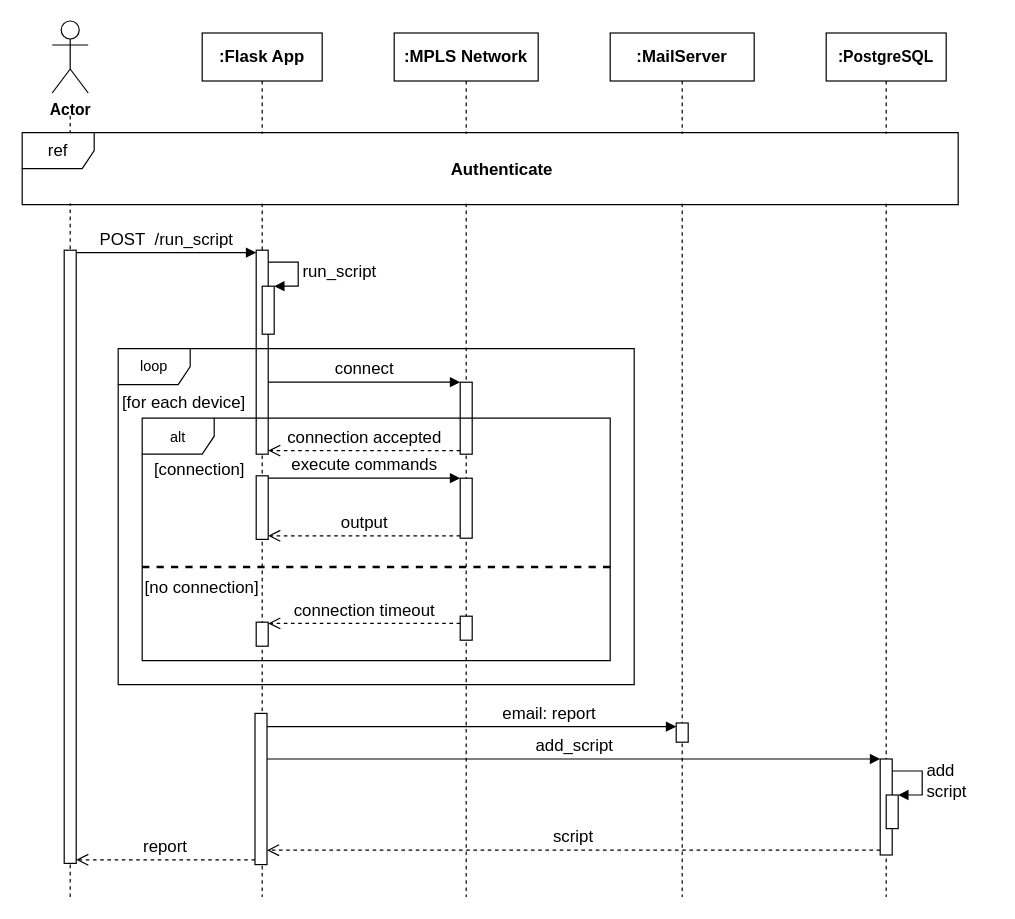
The draw.io diagram sequence_schedule_task.drawio in DrXneaky/Diagram, before the edit. Source tidied: cells renumbered, new cells numbered last; positions are measured from the earlier drawing's top-left corner, leaving out a move shared by most shapes. Both pictures are drawn from the tidied source at 120%, with x=0, y=0 at pixel (22, 20).
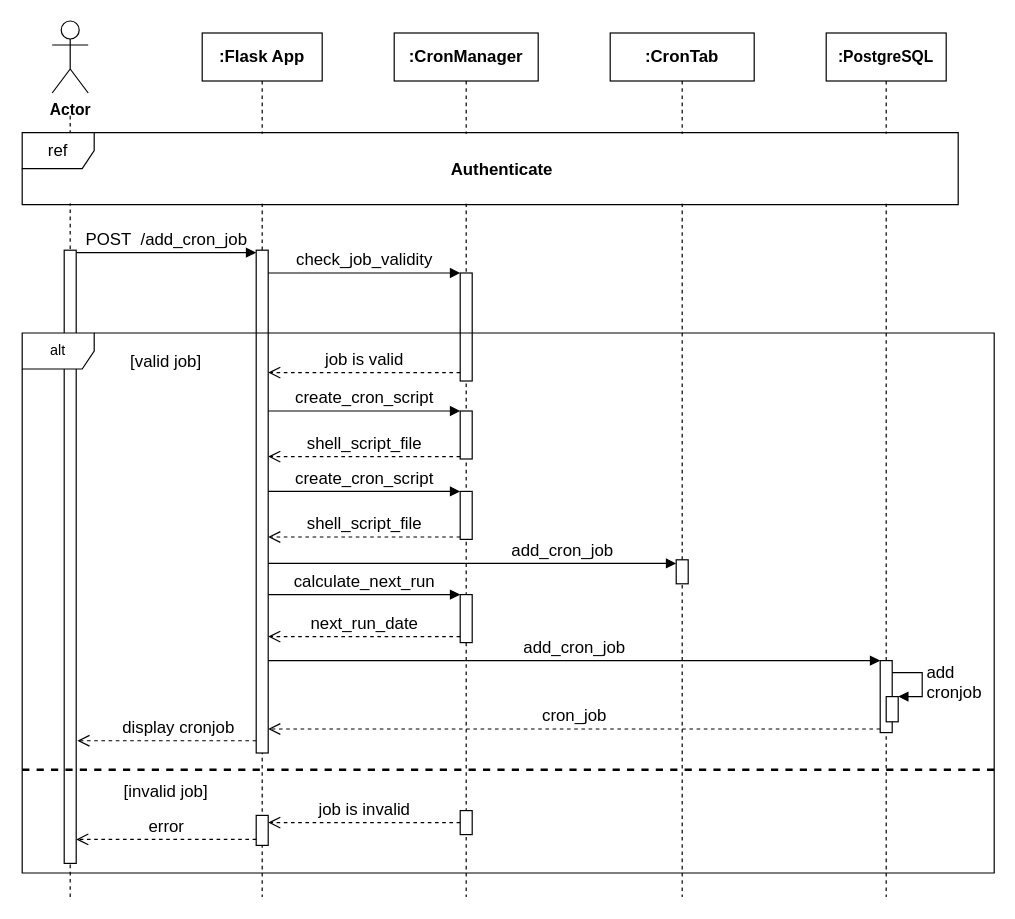
The same page after the edit.

The change refers to these unchanged cells:
```xml
<mxCell id="5" value="&lt;font face=&quot;Old Standard TT&quot; size=&quot;1&quot;&gt;&lt;b style=&quot;font-size: 13px&quot;&gt;:PostgreSQL&lt;/b&gt;&lt;/font&gt;" style="shape=umlLifeline;perimeter=lifelinePerimeter;whiteSpace=wrap;html=1;" parent="1" vertex="1">
  <mxGeometry x="670" y="10" width="100" height="720" as="geometry" />
</mxCell>
<mxCell id="10" value="&lt;font face=&quot;Old Standard TT&quot; size=&quot;1&quot;&gt;&lt;b style=&quot;font-size: 14px&quot;&gt;:Flask App&lt;/b&gt;&lt;/font&gt;" style="shape=umlLifeline;perimeter=lifelinePerimeter;whiteSpace=wrap;html=1;" parent="1" vertex="1">
  <mxGeometry x="150" y="10" width="100" height="720" as="geometry" />
</mxCell>
<mxCell id="18" style="html=1;points=[];perimeter=orthogonalPerimeter;" parent="1" vertex="1">
  <mxGeometry x="35" y="191" width="10" height="511" as="geometry" />
</mxCell>
```

Diff of the diagram source:
```diff
@@
-    <mxCell id="3" value="&lt;font face=&quot;Old Standard TT&quot; size=&quot;1&quot;&gt;&lt;b style=&quot;font-size: 14px&quot;&gt;:MailServer&lt;/b&gt;&lt;/font&gt;" style="shape=umlLifeline;perimeter=lifelinePerimeter;whiteSpace=wrap;html=1;" parent="1" vertex="1">
+    <mxCell id="3" value="&lt;font face=&quot;Old Standard TT&quot; size=&quot;1&quot;&gt;&lt;b style=&quot;font-size: 14px&quot;&gt;:CronTab&lt;/b&gt;&lt;/font&gt;" style="shape=umlLifeline;perimeter=lifelinePerimeter;whiteSpace=wrap;html=1;" parent="1" vertex="1">
       <mxGeometry x="490" y="10" width="120" height="720" as="geometry" />
     </mxCell>
-    <mxCell id="4" style="html=1;perimeter=orthogonalPerimeter;strokeWidth=1;fontFamily=Old Standard TT;fontSize=14;" parent="3" vertex="1">
-      <mxGeometry x="55" y="575" width="10" height="16" as="geometry" />
-    </mxCell>
@@
-    <mxCell id="6" style="html=1;points=[];perimeter=orthogonalPerimeter;strokeWidth=1;fontFamily=Old Standard TT;fontSize=14;" parent="5" vertex="1">
-      <mxGeometry x="45" y="605" width="10" height="80" as="geometry" />
-    </mxCell>
-    <mxCell id="7" style="html=1;points=[];perimeter=orthogonalPerimeter;strokeWidth=1;fontFamily=Old Standard TT;fontSize=14;" parent="5" vertex="1">
-      <mxGeometry x="50" y="635" width="10" height="28" as="geometry" />
-    </mxCell>
-    <mxCell id="8" value="add&lt;br&gt;script" style="edgeStyle=orthogonalEdgeStyle;html=1;align=left;spacingLeft=2;endArrow=block;rounded=0;entryX=1;entryY=0;labelBackgroundColor=none;fontFamily=Old Standard TT;fontSize=14;" parent="5" edge="1" target="7">
-      <mxGeometry relative="1" as="geometry">
-        <mxPoint x="55" y="615" as="sourcePoint" />
-        <Array as="points">
-          <mxPoint x="80" y="615" />
-        </Array>
-      </mxGeometry>
-    </mxCell>
+    <mxCell id="40" style="html=1;points=[];perimeter=orthogonalPerimeter;strokeWidth=1;fontFamily=Old Standard TT;fontSize=14;" parent="5" vertex="1">
+      <mxGeometry x="45" y="523" width="10" height="60" as="geometry" />
+    </mxCell>
+    <mxCell id="41" style="html=1;points=[];perimeter=orthogonalPerimeter;strokeWidth=1;fontFamily=Old Standard TT;fontSize=14;" parent="5" vertex="1">
+      <mxGeometry x="50" y="553" width="10" height="21" as="geometry" />
+    </mxCell>
+    <mxCell id="42" value="add&lt;br&gt;cronjob" style="edgeStyle=orthogonalEdgeStyle;html=1;align=left;spacingLeft=2;endArrow=block;rounded=0;entryX=1;entryY=0;labelBackgroundColor=none;strokeWidth=1;fontFamily=Old Standard TT;fontSize=14;" parent="5" edge="1" target="41">
+      <mxGeometry relative="1" as="geometry">
+        <mxPoint x="55" y="533" as="sourcePoint" />
+        <Array as="points">
+          <mxPoint x="80" y="533" />
+        </Array>
+      </mxGeometry>
+    </mxCell>
@@
     <mxCell id="11" style="html=1;points=[];perimeter=orthogonalPerimeter;" parent="10" vertex="1">
-      <mxGeometry x="45" y="181" width="10" height="170" as="geometry" />
+      <mxGeometry x="45" y="181" width="10" height="419" as="geometry" />
     </mxCell>
-    <mxCell id="12" style="html=1;points=[];perimeter=orthogonalPerimeter;" parent="10" vertex="1">
-      <mxGeometry x="50" y="211" width="10" height="40" as="geometry" />
-    </mxCell>
-    <mxCell id="13" value="&lt;font face=&quot;Old Standard TT&quot; style=&quot;font-size: 14px&quot;&gt;run_script&lt;/font&gt;" style="edgeStyle=orthogonalEdgeStyle;html=1;align=left;spacingLeft=2;endArrow=block;rounded=0;entryX=1;entryY=0;" parent="10" edge="1" target="12">
-      <mxGeometry relative="1" as="geometry">
-        <mxPoint x="55" y="191" as="sourcePoint" />
-        <Array as="points">
-          <mxPoint x="80" y="191" />
-        </Array>
-      </mxGeometry>
-    </mxCell>
-    <mxCell id="14" style="html=1;points=[];perimeter=orthogonalPerimeter;fontFamily=Old Standard TT;fontSize=14;" parent="10" vertex="1">
-      <mxGeometry x="45" y="369" width="10" height="53" as="geometry" />
-    </mxCell>
-    <mxCell id="15" style="html=1;points=[];perimeter=orthogonalPerimeter;strokeWidth=1;fontFamily=Old Standard TT;fontSize=14;" parent="10" vertex="1">
-      <mxGeometry x="45" y="491" width="10" height="20" as="geometry" />
-    </mxCell>
-    <mxCell id="16" style="html=1;points=[];perimeter=orthogonalPerimeter;strokeWidth=1;fontFamily=Old Standard TT;fontSize=14;" parent="10" vertex="1">
-      <mxGeometry x="44" y="567" width="10" height="126" as="geometry" />
-    </mxCell>
+    <mxCell id="43" style="html=1;points=[];perimeter=orthogonalPerimeter;strokeWidth=1;fontFamily=Old Standard TT;fontSize=14;" parent="10" vertex="1">
+      <mxGeometry x="45" y="652" width="10" height="25" as="geometry" />
+    </mxCell>
-    <mxCell id="17" value="&lt;font face=&quot;Old Standard TT&quot; style=&quot;font-size: 14px&quot;&gt;POST&amp;nbsp; /run_script&lt;/font&gt;" style="html=1;verticalAlign=bottom;endArrow=block;" parent="1" edge="1">
+    <mxCell id="17" value="&lt;font face=&quot;Old Standard TT&quot; style=&quot;font-size: 14px&quot;&gt;POST&amp;nbsp; /add_cron_job&lt;/font&gt;" style="html=1;verticalAlign=bottom;endArrow=block;labelBackgroundColor=none;" parent="1" edge="1">
       <mxGeometry relative="1" as="geometry">
         <mxPoint x="45" y="193" as="sourcePoint" />
         <mxPoint x="195" y="193" as="targetPoint" />
       </mxGeometry>
     </mxCell>
@@
-    <mxCell id="19" value="&lt;font face=&quot;Old Standard TT&quot; size=&quot;1&quot;&gt;&lt;b style=&quot;font-size: 14px&quot;&gt;:MPLS Network&lt;/b&gt;&lt;/font&gt;" style="shape=umlLifeline;perimeter=lifelinePerimeter;whiteSpace=wrap;html=1;" parent="1" vertex="1">
+    <mxCell id="19" value="&lt;font face=&quot;Old Standard TT&quot; size=&quot;1&quot;&gt;&lt;b style=&quot;font-size: 14px&quot;&gt;:CronManager&lt;/b&gt;&lt;/font&gt;" style="shape=umlLifeline;perimeter=lifelinePerimeter;whiteSpace=wrap;html=1;" parent="1" vertex="1">
       <mxGeometry x="310" y="10" width="120" height="720" as="geometry" />
     </mxCell>
-    <mxCell id="20" style="html=1;points=[];perimeter=orthogonalPerimeter;fontFamily=Old Standard TT;fontSize=14;" parent="19" vertex="1">
-      <mxGeometry x="55" y="291" width="10" height="60" as="geometry" />
-    </mxCell>
-    <mxCell id="21" style="html=1;points=[];perimeter=orthogonalPerimeter;fontFamily=Old Standard TT;fontSize=14;" parent="19" vertex="1">
-      <mxGeometry x="55" y="371" width="10" height="50" as="geometry" />
-    </mxCell>
-    <mxCell id="22" value="output" style="html=1;verticalAlign=bottom;endArrow=open;dashed=1;endSize=8;exitX=0;exitY=0.95;fontFamily=Old Standard TT;fontSize=14;" parent="19" edge="1" target="14">
-      <mxGeometry relative="1" as="geometry">
-        <mxPoint x="55" y="419" as="sourcePoint" />
-      </mxGeometry>
-    </mxCell>
-    <mxCell id="23" style="html=1;perimeter=orthogonalPerimeter;strokeWidth=1;fontFamily=Old Standard TT;fontSize=14;" parent="19" vertex="1">
-      <mxGeometry x="55" y="486" width="10" height="20" as="geometry" />
-    </mxCell>
-    <mxCell id="24" value="[for each device]" style="text;align=center;fontStyle=0;verticalAlign=middle;spacingLeft=3;spacingRight=3;strokeColor=none;fontFamily=Old Standard TT;fontSize=14;" parent="1" vertex="1">
-      <mxGeometry x="80" y="304" width="110" height="26" as="geometry" />
-    </mxCell>
-    <mxCell id="25" value="connect" style="html=1;verticalAlign=bottom;endArrow=block;entryX=0;entryY=0;fontFamily=Old Standard TT;fontSize=14;" parent="1" edge="1" target="20">
-      <mxGeometry relative="1" as="geometry">
-        <mxPoint x="205" y="301" as="sourcePoint" />
-      </mxGeometry>
-    </mxCell>
-    <mxCell id="26" value="connection accepted" style="html=1;verticalAlign=bottom;endArrow=open;dashed=1;endSize=8;exitX=0;exitY=0.95;fontFamily=Old Standard TT;fontSize=14;" parent="1" edge="1" source="20" target="11">
-      <mxGeometry relative="1" as="geometry" />
-    </mxCell>
-    <mxCell id="27" value="execute commands" style="html=1;verticalAlign=bottom;endArrow=block;entryX=0;entryY=0;fontFamily=Old Standard TT;fontSize=14;" parent="1" edge="1" source="14" target="21">
-      <mxGeometry relative="1" as="geometry" />
-    </mxCell>
-    <mxCell id="28" style="line;strokeWidth=2;fillColor=none;align=left;verticalAlign=middle;spacingTop=-1;spacingLeft=3;spacingRight=3;labelPosition=right;fontFamily=Old Standard TT;fontSize=14;dashed=1;" parent="1" vertex="1">
-      <mxGeometry x="100" y="451" width="390" height="8" as="geometry" />
-    </mxCell>
-    <mxCell id="29" value="[connection]" style="text;align=center;fontStyle=0;verticalAlign=middle;spacingLeft=3;spacingRight=3;strokeColor=none;fontFamily=Old Standard TT;fontSize=14;" parent="1" vertex="1">
-      <mxGeometry x="108" y="360" width="80" height="26" as="geometry" />
-    </mxCell>
-    <mxCell id="30" value="[no connection]" style="text;align=center;fontStyle=0;verticalAlign=middle;spacingLeft=3;spacingRight=3;strokeColor=none;fontFamily=Old Standard TT;fontSize=14;" parent="1" vertex="1">
-      <mxGeometry x="110" y="462" width="80" height="19" as="geometry" />
-    </mxCell>
-    <mxCell id="31" value="connection timeout" style="html=1;verticalAlign=bottom;endArrow=open;dashed=1;endSize=8;fontFamily=Old Standard TT;fontSize=14;" parent="1" edge="1" target="15">
-      <mxGeometry relative="1" as="geometry">
-        <mxPoint x="365" y="502" as="sourcePoint" />
-      </mxGeometry>
-    </mxCell>
-    <mxCell id="32" value="email: report" style="html=1;verticalAlign=bottom;endArrow=block;labelBackgroundColor=none;fontFamily=Old Standard TT;fontSize=14;" parent="1" edge="1">
-      <mxGeometry x="0.38" relative="1" as="geometry">
-        <mxPoint x="204" y="588" as="sourcePoint" />
-        <mxPoint x="545" y="588" as="targetPoint" />
-      </mxGeometry>
-    </mxCell>
-    <mxCell id="33" value="add_script" style="html=1;verticalAlign=bottom;endArrow=block;entryX=0;entryY=0;labelBackgroundColor=none;fontFamily=Old Standard TT;fontSize=14;" parent="1" edge="1" target="6">
-      <mxGeometry relative="1" as="geometry">
-        <mxPoint x="204" y="615" as="sourcePoint" />
-      </mxGeometry>
-    </mxCell>
-    <mxCell id="34" value="script" style="html=1;verticalAlign=bottom;endArrow=open;dashed=1;endSize=8;exitX=0;exitY=0.95;labelBackgroundColor=none;fontFamily=Old Standard TT;fontSize=14;" parent="1" edge="1" source="6" target="16">
-      <mxGeometry relative="1" as="geometry" />
-    </mxCell>
-    <mxCell id="35" value="report" style="html=1;verticalAlign=bottom;endArrow=open;dashed=1;endSize=8;labelBackgroundColor=none;fontFamily=Old Standard TT;fontSize=14;" parent="1" edge="1">
-      <mxGeometry relative="1" as="geometry">
-        <mxPoint x="194" y="699" as="sourcePoint" />
-        <mxPoint x="45" y="699" as="targetPoint" />
-      </mxGeometry>
-    </mxCell>
+    <mxCell id="44" style="html=1;perimeter=orthogonalPerimeter;" parent="19" vertex="1">
+      <mxGeometry x="235" y="439" width="10" height="20" as="geometry" />
+    </mxCell>
+    <mxCell id="45" style="html=1;points=[];perimeter=orthogonalPerimeter;fontFamily=Old Standard TT;fontSize=14;" parent="19" vertex="1">
+      <mxGeometry x="55" y="382" width="10" height="40" as="geometry" />
+    </mxCell>
+    <mxCell id="46" style="html=1;points=[];perimeter=orthogonalPerimeter;strokeWidth=1;fontFamily=Old Standard TT;fontSize=14;" parent="19" vertex="1">
+      <mxGeometry x="55" y="200" width="10" height="90" as="geometry" />
+    </mxCell>
+    <mxCell id="47" style="html=1;points=[];perimeter=orthogonalPerimeter;fontFamily=Old Standard TT;fontSize=14;" parent="19" vertex="1">
+      <mxGeometry x="55" y="315" width="10" height="40" as="geometry" />
+    </mxCell>
+    <mxCell id="48" value="shell_script_file" style="html=1;verticalAlign=bottom;endArrow=open;dashed=1;endSize=8;exitX=0;exitY=0.95;labelBackgroundColor=none;fontFamily=Old Standard TT;fontSize=14;" parent="19" edge="1" source="47">
+      <mxGeometry relative="1" as="geometry">
+        <mxPoint x="-105" y="353" as="targetPoint" />
+      </mxGeometry>
+    </mxCell>
+    <mxCell id="49" value="create_cron_script" style="html=1;verticalAlign=bottom;endArrow=block;entryX=0;entryY=0;labelBackgroundColor=none;fontFamily=Old Standard TT;fontSize=14;" parent="19" edge="1" target="47">
+      <mxGeometry relative="1" as="geometry">
+        <mxPoint x="-105" y="315" as="sourcePoint" />
+      </mxGeometry>
+    </mxCell>
+    <mxCell id="50" style="html=1;points=[];perimeter=orthogonalPerimeter;strokeWidth=1;fontFamily=Old Standard TT;fontSize=14;" parent="19" vertex="1">
+      <mxGeometry x="55" y="648" width="10" height="20" as="geometry" />
+    </mxCell>
@@
+    <mxCell id="51" value="&lt;font style=&quot;font-size: 14px&quot; face=&quot;Old Standard TT&quot;&gt;add_cron_job&lt;/font&gt;" style="html=1;verticalAlign=bottom;endArrow=block;labelBackgroundColor=none;" parent="1" edge="1">
+      <mxGeometry x="0.44" relative="1" as="geometry">
+        <mxPoint x="205" y="452" as="sourcePoint" />
+        <mxPoint x="545" y="452" as="targetPoint" />
+      </mxGeometry>
+    </mxCell>
+    <mxCell id="52" value="[valid job]" style="text;align=center;fontStyle=0;verticalAlign=middle;spacingLeft=3;spacingRight=3;strokeColor=none;fontFamily=Old Standard TT;fontSize=14;" parent="1" vertex="1">
+      <mxGeometry x="80" y="270" width="80" height="26" as="geometry" />
+    </mxCell>
+    <mxCell id="53" value="shell_script_file" style="html=1;verticalAlign=bottom;endArrow=open;dashed=1;endSize=8;exitX=0;exitY=0.95;labelBackgroundColor=none;fontFamily=Old Standard TT;fontSize=14;" parent="1" edge="1" source="45">
+      <mxGeometry relative="1" as="geometry">
+        <mxPoint x="205" y="430" as="targetPoint" />
+      </mxGeometry>
+    </mxCell>
+    <mxCell id="54" value="create_cron_script" style="html=1;verticalAlign=bottom;endArrow=block;entryX=0;entryY=0;labelBackgroundColor=none;fontFamily=Old Standard TT;fontSize=14;" parent="1" edge="1" target="45">
+      <mxGeometry relative="1" as="geometry">
+        <mxPoint x="205" y="392" as="sourcePoint" />
+      </mxGeometry>
+    </mxCell>
+    <mxCell id="55" style="html=1;points=[];perimeter=orthogonalPerimeter;fontFamily=Old Standard TT;fontSize=14;" parent="1" vertex="1">
+      <mxGeometry x="365" y="478" width="10" height="40" as="geometry" />
+    </mxCell>
+    <mxCell id="56" value="next_run_date" style="html=1;verticalAlign=bottom;endArrow=open;dashed=1;endSize=8;exitX=0;exitY=0.95;labelBackgroundColor=none;fontFamily=Old Standard TT;fontSize=14;" parent="1" edge="1">
+      <mxGeometry relative="1" as="geometry">
+        <mxPoint x="365" y="513" as="sourcePoint" />
+        <mxPoint x="205" y="513" as="targetPoint" />
+      </mxGeometry>
+    </mxCell>
+    <mxCell id="57" value="calculate_next_run" style="html=1;verticalAlign=bottom;endArrow=block;entryX=0;entryY=0;labelBackgroundColor=none;fontFamily=Old Standard TT;fontSize=14;" parent="1" edge="1" target="55">
+      <mxGeometry relative="1" as="geometry">
+        <mxPoint x="205" y="478" as="sourcePoint" />
+      </mxGeometry>
+    </mxCell>
+    <mxCell id="58" value="[invalid job]" style="text;align=center;fontStyle=0;verticalAlign=middle;spacingLeft=3;spacingRight=3;strokeColor=none;fontFamily=Old Standard TT;fontSize=14;" parent="1" vertex="1">
+      <mxGeometry x="80" y="628" width="80" height="26" as="geometry" />
+    </mxCell>
+    <mxCell id="59" value="check_job_validity" style="html=1;verticalAlign=bottom;endArrow=block;entryX=0;entryY=0;labelBackgroundColor=none;fontFamily=Old Standard TT;fontSize=14;strokeWidth=1;" parent="1" edge="1" source="11" target="46">
+      <mxGeometry relative="1" as="geometry" />
+    </mxCell>
+    <mxCell id="60" value="job is valid" style="html=1;verticalAlign=bottom;endArrow=open;endSize=8;labelBackgroundColor=none;fontFamily=Old Standard TT;fontSize=14;strokeWidth=1;dashed=1;" parent="1" edge="1" source="46">
+      <mxGeometry relative="1" as="geometry">
+        <mxPoint x="205" y="293" as="targetPoint" />
+      </mxGeometry>
+    </mxCell>
+    <mxCell id="61" value="add_cron_job" style="html=1;verticalAlign=bottom;endArrow=block;entryX=0;entryY=0;labelBackgroundColor=none;strokeWidth=1;fontFamily=Old Standard TT;fontSize=14;" parent="1" edge="1" source="11" target="40">
+      <mxGeometry relative="1" as="geometry" />
+    </mxCell>
+    <mxCell id="62" value="cron_job" style="html=1;verticalAlign=bottom;endArrow=open;dashed=1;endSize=8;exitX=0;exitY=0.95;labelBackgroundColor=none;strokeWidth=1;fontFamily=Old Standard TT;fontSize=14;" parent="1" edge="1" source="40" target="11">
+      <mxGeometry relative="1" as="geometry" />
+    </mxCell>
+    <mxCell id="63" value="job is invalid" style="html=1;verticalAlign=bottom;endArrow=open;dashed=1;endSize=8;labelBackgroundColor=none;strokeWidth=1;fontFamily=Old Standard TT;fontSize=14;" parent="1" edge="1" source="50" target="43">
+      <mxGeometry relative="1" as="geometry" />
+    </mxCell>
+    <mxCell id="64" value="error" style="html=1;verticalAlign=bottom;endArrow=open;dashed=1;endSize=8;labelBackgroundColor=none;strokeWidth=1;fontFamily=Old Standard TT;fontSize=14;" parent="1" edge="1">
+      <mxGeometry relative="1" as="geometry">
+        <mxPoint x="195" y="682" as="sourcePoint" />
+        <mxPoint x="45" y="682" as="targetPoint" />
+      </mxGeometry>
+    </mxCell>
+    <mxCell id="65" value="display cronjob" style="html=1;verticalAlign=bottom;endArrow=open;dashed=1;endSize=8;labelBackgroundColor=none;strokeWidth=1;fontFamily=Old Standard TT;fontSize=14;entryX=1.1;entryY=0.8;entryDx=0;entryDy=0;entryPerimeter=0;" parent="1" edge="1" source="11" target="18">
+      <mxGeometry x="-0.13" relative="1" as="geometry" />
+    </mxCell>
+    <mxCell id="66" style="line;strokeWidth=2;fillColor=none;align=left;verticalAlign=middle;spacingTop=-1;spacingLeft=3;spacingRight=3;labelPosition=right;fontFamily=Old Standard TT;fontSize=14;dashed=1;" parent="1" vertex="1">
+      <mxGeometry y="620" width="810" height="8" as="geometry" />
+    </mxCell>
-    <mxCell id="38" value="&lt;span style=&quot;font-family: &amp;#34;helvetica&amp;#34; ; font-size: 12px&quot;&gt;alt&lt;/span&gt;" style="shape=umlFrame;whiteSpace=wrap;html=1;fontFamily=Old Standard TT;fontSize=14;" parent="1" vertex="1">
-      <mxGeometry x="100" y="331" width="390" height="202" as="geometry" />
+    <mxCell id="38" value="alt" style="shape=umlFrame;whiteSpace=wrap;html=1;" parent="1" vertex="1">
+      <mxGeometry y="260" width="810" height="450" as="geometry" />
     </mxCell>
-    <mxCell id="39" value="loop" style="shape=umlFrame;whiteSpace=wrap;html=1;" parent="1" vertex="1">
-      <mxGeometry x="80" y="273" width="430" height="280" as="geometry" />
-    </mxCell>
```
